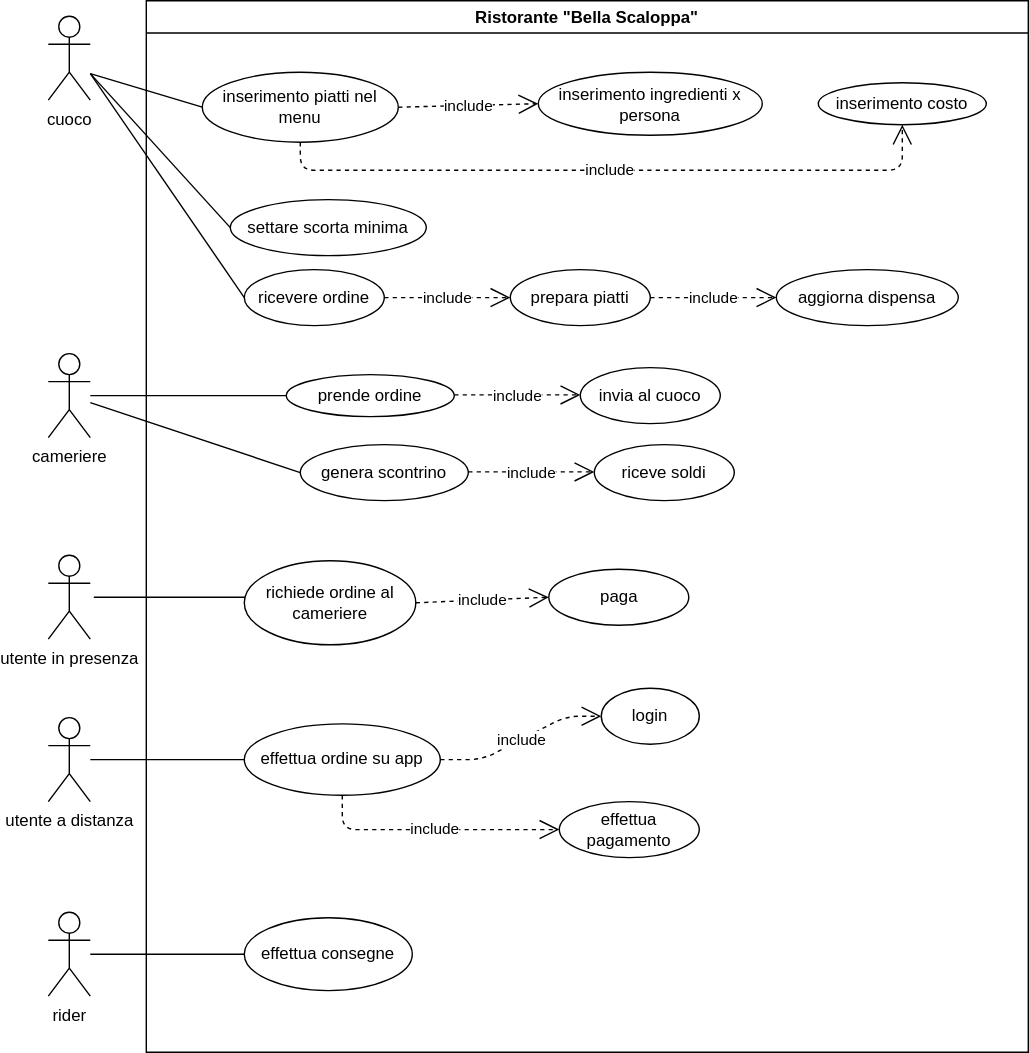
Before: ExamUseCaseDiagram.svg, a diagram exported from draw.io (Santeenee/ExamProject). Source tidied: cells renumbered, new cells last; positions are measured from the earlier drawing's top-left corner, leaving out a move shared by most shapes.
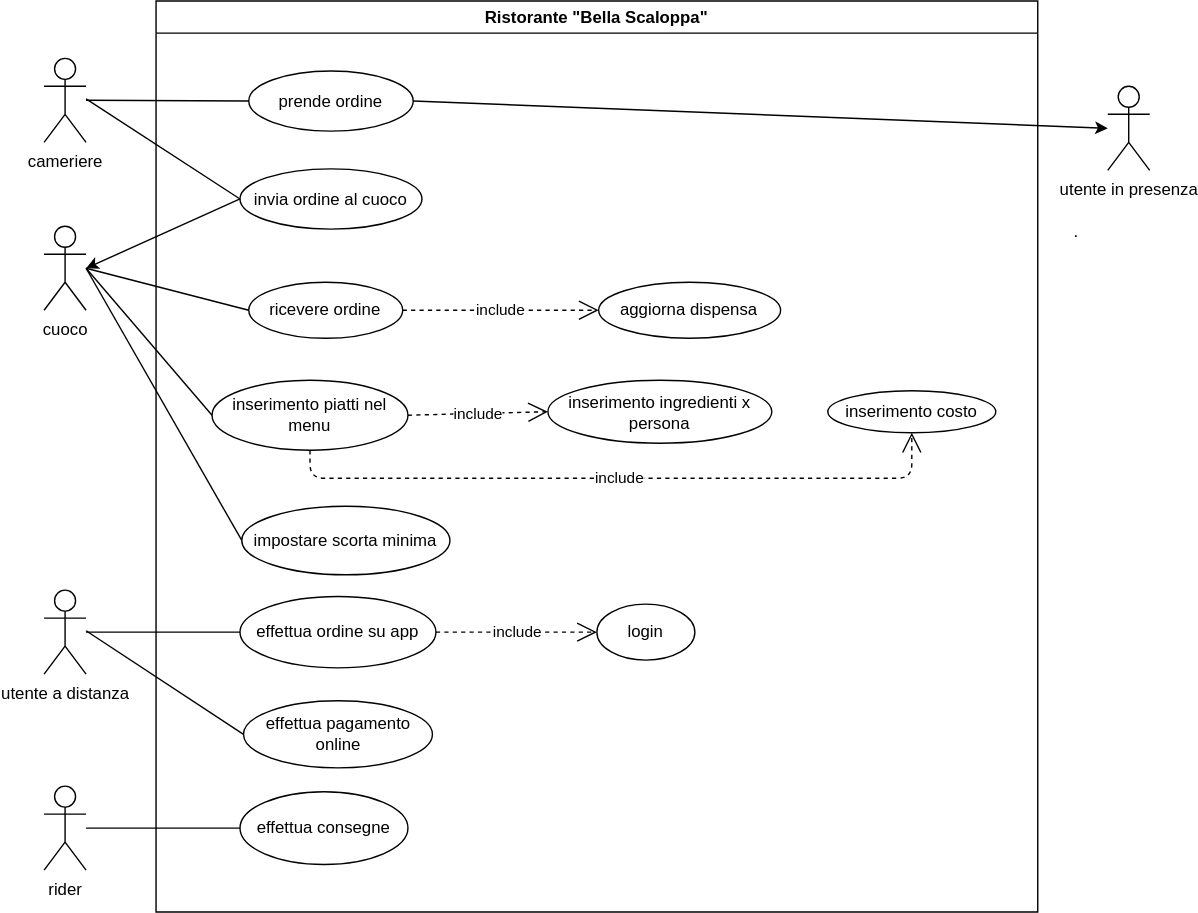
Above is the later version.

Diff of the diagram source:
```diff
@@ -3,156 +3,124 @@
     <mxCell id="0" />
     <mxCell id="1" parent="0" />
     <mxCell id="2" value="cuoco" style="shape=umlActor;verticalLabelPosition=bottom;verticalAlign=top;html=1;" parent="1" vertex="1">
-      <mxGeometry y="11" width="30" height="60" as="geometry" />
+      <mxGeometry x="-10" y="161" width="30" height="60" as="geometry" />
     </mxCell>
     <mxCell id="3" value="cameriere" style="shape=umlActor;verticalLabelPosition=bottom;verticalAlign=top;html=1;outlineConnect=0;" parent="1" vertex="1">
-      <mxGeometry y="252" width="30" height="60" as="geometry" />
+      <mxGeometry x="-10" y="41" width="30" height="60" as="geometry" />
     </mxCell>
     <mxCell id="4" value="utente a distanza" style="shape=umlActor;verticalLabelPosition=bottom;verticalAlign=top;html=1;outlineConnect=0;" parent="1" vertex="1">
-      <mxGeometry y="512" width="30" height="60" as="geometry" />
+      <mxGeometry x="-10" y="421" width="30" height="60" as="geometry" />
     </mxCell>
     <mxCell id="5" value="rider" style="shape=umlActor;verticalLabelPosition=bottom;verticalAlign=top;html=1;outlineConnect=0;" parent="1" vertex="1">
-      <mxGeometry y="651" width="30" height="60" as="geometry" />
+      <mxGeometry x="-10" y="561" width="30" height="60" as="geometry" />
     </mxCell>
     <mxCell id="6" value="Ristorante &quot;Bella Scaloppa&quot;" style="swimlane;" parent="1" vertex="1">
-      <mxGeometry x="70" width="630" height="751" as="geometry" />
+      <mxGeometry x="70" width="630" height="651" as="geometry" />
     </mxCell>
-    <mxCell id="7" value="inserimento ingredienti x persona" style="ellipse;whiteSpace=wrap;html=1;" parent="6" vertex="1">
-      <mxGeometry x="280" y="51" width="160" height="45" as="geometry" />
-    </mxCell>
-    <mxCell id="8" value="inserimento costo" style="ellipse;whiteSpace=wrap;html=1;" parent="6" vertex="1">
-      <mxGeometry x="480" y="58.5" width="120" height="30" as="geometry" />
-    </mxCell>
-    <mxCell id="9" value="prepara piatti" style="ellipse;whiteSpace=wrap;html=1;" parent="6" vertex="1">
-      <mxGeometry x="260" y="192" width="100" height="40" as="geometry" />
-    </mxCell>
     <mxCell id="10" value="prende ordine" style="ellipse;whiteSpace=wrap;html=1;" parent="6" vertex="1">
-      <mxGeometry x="100" y="267" width="120" height="30" as="geometry" />
+      <mxGeometry x="66.2" y="50" width="117.5" height="43" as="geometry" />
     </mxCell>
-    <mxCell id="11" value="genera scontrino" style="ellipse;whiteSpace=wrap;html=1;" parent="6" vertex="1">
-      <mxGeometry x="110" y="317" width="120" height="40" as="geometry" />
-    </mxCell>
-    <mxCell id="12" value="inserimento piatti nel menu" style="ellipse;whiteSpace=wrap;html=1;" parent="6" vertex="1">
-      <mxGeometry x="40" y="51" width="140" height="50" as="geometry" />
-    </mxCell>
-    <mxCell id="13" value="include" style="endArrow=open;endSize=12;dashed=1;html=1;exitX=1;exitY=0.5;exitDx=0;exitDy=0;entryX=0;entryY=0.5;entryDx=0;entryDy=0;" parent="6" edge="1" source="12" target="7">
-      <mxGeometry relative="1" as="geometry" />
-    </mxCell>
-    <mxCell id="14" value="include" style="endArrow=open;endSize=12;dashed=1;html=1;entryX=0.5;entryY=1;entryDx=0;entryDy=0;exitX=0.5;exitY=1;exitDx=0;exitDy=0;" parent="6" edge="1" source="12" target="8">
-      <mxGeometry relative="1" as="geometry">
-        <Array as="points">
-          <mxPoint x="110" y="121" />
-          <mxPoint x="540" y="121" />
-        </Array>
-      </mxGeometry>
-    </mxCell>
-    <mxCell id="15" value="settare scorta minima" style="ellipse;whiteSpace=wrap;html=1;" parent="6" vertex="1">
-      <mxGeometry x="60" y="142" width="140" height="40" as="geometry" />
+    <mxCell id="15" value="impostare scorta minima" style="ellipse;whiteSpace=wrap;html=1;" parent="6" vertex="1">
+      <mxGeometry x="61.2" y="361" width="148.8" height="49" as="geometry" />
     </mxCell>
-    <mxCell id="16" value="include" style="endArrow=open;endSize=12;dashed=1;html=1;exitX=1;exitY=0.5;exitDx=0;exitDy=0;entryX=0;entryY=0.5;entryDx=0;entryDy=0;" parent="6" edge="1" source="17" target="9">
+    <mxCell id="16" value="include" style="endArrow=open;endSize=12;dashed=1;html=1;exitX=1;exitY=0.5;exitDx=0;exitDy=0;entryX=0;entryY=0.5;entryDx=0;entryDy=0;" parent="6" edge="1" source="17" target="19">
       <mxGeometry relative="1" as="geometry" />
     </mxCell>
     <mxCell id="17" value="ricevere ordine" style="ellipse;whiteSpace=wrap;html=1;" parent="6" vertex="1">
-      <mxGeometry x="70" y="192" width="100" height="40" as="geometry" />
+      <mxGeometry x="66.2" y="201" width="110" height="40" as="geometry" />
     </mxCell>
-    <mxCell id="18" value="include" style="endArrow=open;endSize=12;dashed=1;html=1;exitX=1;exitY=0.5;exitDx=0;exitDy=0;entryX=0;entryY=0.5;entryDx=0;entryDy=0;" parent="6" edge="1" source="9" target="19">
-      <mxGeometry relative="1" as="geometry" />
-    </mxCell>
     <mxCell id="19" value="aggiorna dispensa" style="ellipse;whiteSpace=wrap;html=1;" parent="6" vertex="1">
-      <mxGeometry x="450" y="192" width="130" height="40" as="geometry" />
+      <mxGeometry x="316.2" y="201" width="130" height="40" as="geometry" />
     </mxCell>
-    <mxCell id="20" value="include" style="endArrow=open;endSize=12;dashed=1;html=1;exitX=1;exitY=0.5;exitDx=0;exitDy=0;entryX=0;entryY=0.5;entryDx=0;entryDy=0;" parent="6" edge="1">
-      <mxGeometry relative="1" as="geometry">
-        <mxPoint x="220" y="281.5" as="sourcePoint" />
-        <mxPoint x="310" y="281.5" as="targetPoint" />
-      </mxGeometry>
-    </mxCell>
-    <mxCell id="21" value="invia al cuoco" style="ellipse;whiteSpace=wrap;html=1;" parent="6" vertex="1">
-      <mxGeometry x="310" y="262" width="100" height="40" as="geometry" />
-    </mxCell>
-    <mxCell id="22" value="include" style="endArrow=open;endSize=12;dashed=1;html=1;exitX=1;exitY=0.5;exitDx=0;exitDy=0;entryX=0;entryY=0.5;entryDx=0;entryDy=0;" parent="6" edge="1">
-      <mxGeometry relative="1" as="geometry">
-        <mxPoint x="230" y="336.5" as="sourcePoint" />
-        <mxPoint x="320" y="336.5" as="targetPoint" />
-      </mxGeometry>
-    </mxCell>
-    <mxCell id="23" value="riceve soldi" style="ellipse;whiteSpace=wrap;html=1;" parent="6" vertex="1">
-      <mxGeometry x="320" y="317" width="100" height="40" as="geometry" />
-    </mxCell>
-    <mxCell id="24" style="endArrow=none;html=1;" parent="6" edge="1">
-      <mxGeometry relative="1" as="geometry">
-        <mxPoint x="-37.5" y="426" as="sourcePoint" />
-        <mxPoint x="92.5" y="426" as="targetPoint" />
-      </mxGeometry>
-    </mxCell>
-    <mxCell id="25" value="richiede ordine al cameriere" style="ellipse;whiteSpace=wrap;html=1;" parent="6" vertex="1">
-      <mxGeometry x="70" y="400" width="122.5" height="60" as="geometry" />
-    </mxCell>
-    <mxCell id="26" value="paga" style="ellipse;whiteSpace=wrap;html=1;" parent="6" vertex="1">
-      <mxGeometry x="287.5" y="406" width="100" height="40" as="geometry" />
-    </mxCell>
     <mxCell id="27" value="effettua ordine su app" style="ellipse;whiteSpace=wrap;html=1;" parent="6" vertex="1">
-      <mxGeometry x="70" y="516.5" width="140" height="51" as="geometry" />
+      <mxGeometry x="60" y="425.5" width="140" height="51" as="geometry" />
     </mxCell>
     <mxCell id="28" value="include" style="endArrow=open;endSize=12;dashed=1;html=1;exitX=1;exitY=0.5;exitDx=0;exitDy=0;entryX=0;entryY=0.5;entryDx=0;entryDy=0;" parent="6" edge="1" source="27" target="29">
-      <mxGeometry relative="1" as="geometry">
-        <Array as="points">
-          <mxPoint x="240" y="542" />
-          <mxPoint x="300" y="511" />
-        </Array>
-      </mxGeometry>
+      <mxGeometry relative="1" as="geometry" />
     </mxCell>
     <mxCell id="29" value="login" style="ellipse;whiteSpace=wrap;html=1;" parent="6" vertex="1">
-      <mxGeometry x="325" y="491" width="70" height="40" as="geometry" />
+      <mxGeometry x="315" y="431" width="70" height="40" as="geometry" />
     </mxCell>
-    <mxCell id="30" value="effettua pagamento" style="ellipse;whiteSpace=wrap;html=1;" parent="6" vertex="1">
-      <mxGeometry x="295" y="572" width="100" height="40" as="geometry" />
+    <mxCell id="30" value="effettua pagamento online" style="ellipse;whiteSpace=wrap;html=1;" parent="6" vertex="1">
+      <mxGeometry x="62.5" y="500" width="135" height="48" as="geometry" />
     </mxCell>
-    <mxCell id="31" value="include" style="endArrow=open;endSize=12;dashed=1;html=1;exitX=1;exitY=0.5;exitDx=0;exitDy=0;entryX=0;entryY=0.5;entryDx=0;entryDy=0;" parent="6" edge="1" source="25" target="26">
-      <mxGeometry relative="1" as="geometry" />
-    </mxCell>
     <mxCell id="32" value="effettua consegne" style="ellipse;whiteSpace=wrap;html=1;" parent="6" vertex="1">
-      <mxGeometry x="70" y="655" width="120" height="52" as="geometry" />
+      <mxGeometry x="60" y="565" width="120" height="52" as="geometry" />
     </mxCell>
+    <mxCell id="42" value="invia ordine al cuoco" style="ellipse;whiteSpace=wrap;html=1;" parent="6" vertex="1">
+      <mxGeometry x="60" y="120" width="130" height="43" as="geometry" />
+    </mxCell>
+    <mxCell id="43" style="endArrow=none;html=1;entryX=0;entryY=0.5;entryDx=0;entryDy=0;" parent="6" edge="1" target="42">
+      <mxGeometry relative="1" as="geometry">
+        <mxPoint x="-50" y="70" as="sourcePoint" />
+      </mxGeometry>
+    </mxCell>
+    <mxCell id="7" value="inserimento ingredienti x persona" style="ellipse;whiteSpace=wrap;html=1;" parent="6" vertex="1">
+      <mxGeometry x="280" y="271" width="160" height="45" as="geometry" />
+    </mxCell>
+    <mxCell id="8" value="inserimento costo" style="ellipse;whiteSpace=wrap;html=1;" parent="6" vertex="1">
+      <mxGeometry x="480" y="278.5" width="120" height="30" as="geometry" />
+    </mxCell>
+    <mxCell id="12" value="inserimento piatti nel menu" style="ellipse;whiteSpace=wrap;html=1;" parent="6" vertex="1">
+      <mxGeometry x="40" y="271" width="140" height="50" as="geometry" />
+    </mxCell>
+    <mxCell id="13" value="include" style="endArrow=open;endSize=12;dashed=1;html=1;exitX=1;exitY=0.5;exitDx=0;exitDy=0;entryX=0;entryY=0.5;entryDx=0;entryDy=0;" parent="6" edge="1" source="12" target="7">
+      <mxGeometry relative="1" as="geometry" />
+    </mxCell>
+    <mxCell id="14" value="include" style="endArrow=open;endSize=12;dashed=1;html=1;entryX=0.5;entryY=1;entryDx=0;entryDy=0;exitX=0.5;exitY=1;exitDx=0;exitDy=0;" parent="6" edge="1" source="12" target="8">
+      <mxGeometry relative="1" as="geometry">
+        <Array as="points">
+          <mxPoint x="110" y="341" />
+          <mxPoint x="540" y="341" />
+        </Array>
+      </mxGeometry>
+    </mxCell>
     <mxCell id="33" style="endArrow=none;html=1;entryX=0;entryY=0.5;entryDx=0;entryDy=0;" parent="1" edge="1" target="12">
       <mxGeometry relative="1" as="geometry">
-        <mxPoint x="30" y="52" as="sourcePoint" />
+        <mxPoint x="20" y="191" as="sourcePoint" />
       </mxGeometry>
     </mxCell>
-    <mxCell id="34" style="endArrow=none;html=1;entryX=0;entryY=0.5;entryDx=0;entryDy=0;" parent="1" edge="1" source="3" target="11">
-      <mxGeometry relative="1" as="geometry" />
-    </mxCell>
     <mxCell id="35" style="endArrow=none;html=1;entryX=0;entryY=0.5;entryDx=0;entryDy=0;" parent="1" edge="1" target="10">
       <mxGeometry relative="1" as="geometry">
-        <mxPoint x="30" y="282" as="sourcePoint" />
+        <mxPoint x="20" y="71" as="sourcePoint" />
       </mxGeometry>
     </mxCell>
     <mxCell id="36" style="endArrow=none;html=1;entryX=0;entryY=0.5;entryDx=0;entryDy=0;" parent="1" edge="1" target="15">
       <mxGeometry relative="1" as="geometry">
-        <mxPoint x="30" y="52" as="sourcePoint" />
+        <mxPoint x="20" y="191" as="sourcePoint" />
       </mxGeometry>
     </mxCell>
     <mxCell id="37" value="utente in presenza" style="shape=umlActor;verticalLabelPosition=bottom;verticalAlign=top;html=1;" parent="1" vertex="1">
-      <mxGeometry y="396" width="30" height="60" as="geometry" />
+      <mxGeometry x="750" y="61" width="30" height="60" as="geometry" />
     </mxCell>
     <mxCell id="38" style="endArrow=none;html=1;entryX=0;entryY=0.5;entryDx=0;entryDy=0;" parent="1" edge="1" target="17">
       <mxGeometry relative="1" as="geometry">
-        <mxPoint x="30" y="52" as="sourcePoint" />
+        <mxPoint x="20" y="191" as="sourcePoint" />
       </mxGeometry>
     </mxCell>
     <mxCell id="39" style="endArrow=none;html=1;entryX=0;entryY=0.5;entryDx=0;entryDy=0;" parent="1" edge="1" source="4" target="27">
       <mxGeometry relative="1" as="geometry" />
     </mxCell>
-    <mxCell id="40" value="include" style="endArrow=open;endSize=12;dashed=1;html=1;exitX=0.5;exitY=1;exitDx=0;exitDy=0;entryX=0;entryY=0.5;entryDx=0;entryDy=0;" parent="1" edge="1" source="27">
-      <mxGeometry relative="1" as="geometry">
-        <mxPoint x="365" y="592" as="targetPoint" />
-        <Array as="points">
-          <mxPoint x="210" y="592" />
-        </Array>
-      </mxGeometry>
-    </mxCell>
     <mxCell id="41" style="endArrow=none;html=1;entryX=0;entryY=0.5;entryDx=0;entryDy=0;" parent="1" edge="1" source="5" target="32">
       <mxGeometry relative="1" as="geometry" />
     </mxCell>
+    <mxCell id="44" style="endArrow=none;html=1;entryX=0;entryY=0.5;entryDx=0;entryDy=0;" parent="1" edge="1" target="30">
+      <mxGeometry relative="1" as="geometry">
+        <mxPoint x="20" y="450" as="sourcePoint" />
+      </mxGeometry>
+    </mxCell>
+    <mxCell id="45" value="." style="text;strokeColor=none;fillColor=none;align=left;verticalAlign=top;spacingLeft=4;spacingRight=4;overflow=hidden;" parent="1" vertex="1">
+      <mxGeometry x="720" y="151.5" width="60" height="26" as="geometry" />
+    </mxCell>
+    <mxCell id="46" style="endArrow=classic;html=1;exitX=0;exitY=0.5;exitDx=0;exitDy=0;" parent="1" edge="1" source="42">
+      <mxGeometry relative="1" as="geometry">
+        <mxPoint x="20" y="191" as="targetPoint" />
+      </mxGeometry>
+    </mxCell>
+    <mxCell id="47" style="endArrow=classic;html=1;exitX=1;exitY=0.5;exitDx=0;exitDy=0;" parent="1" edge="1" source="10">
+      <mxGeometry relative="1" as="geometry">
+        <mxPoint x="750" y="91" as="targetPoint" />
+      </mxGeometry>
+    </mxCell>
   </root>
 </mxGraphModel>
```
